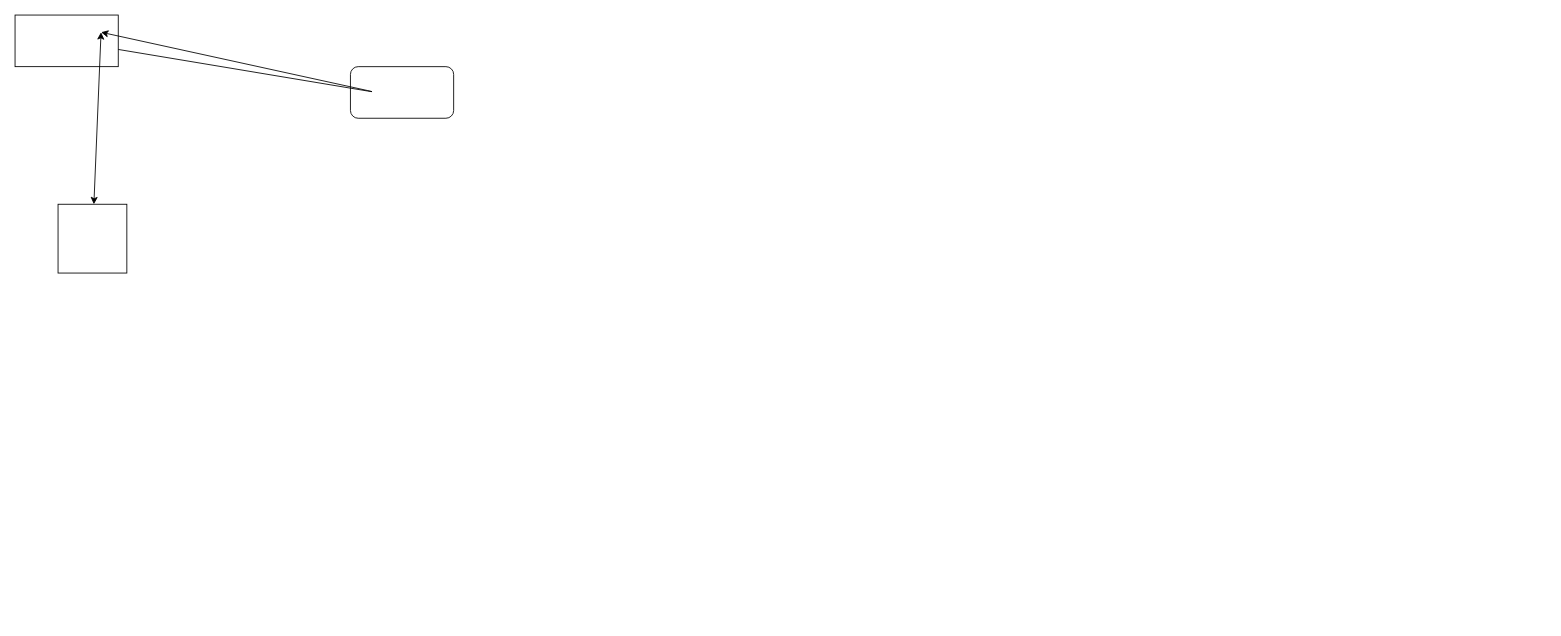
feng-chaoqing/hello-world keeps this draw.io diagram as 未命名表单.drawio. Above is the earlier version. Source tidied: cells renumbered, new cells numbered last; positions are measured from the earlier drawing's top-left corner, leaving out a move shared by most shapes. Both pictures are drawn from the tidied source at 86%, with x=0, y=0 at pixel (15, 15).
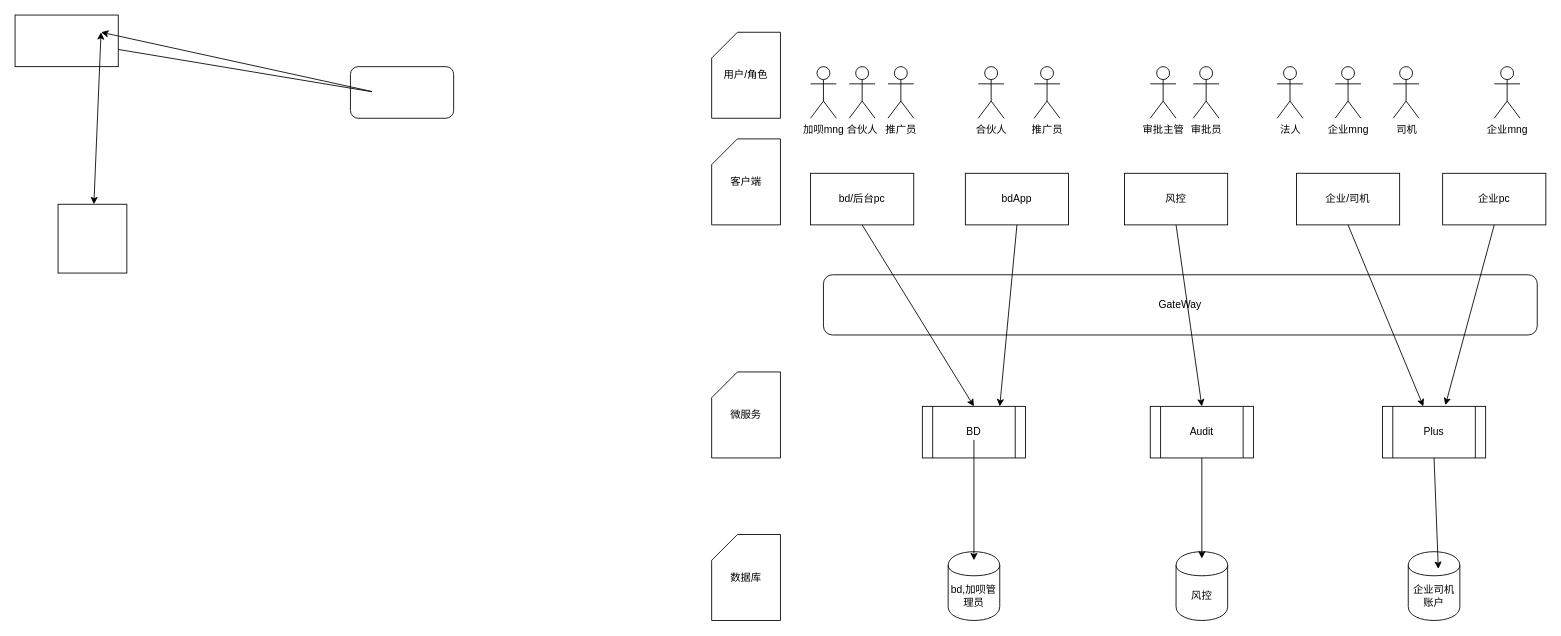
The same page after the edit.

Commit message:
加呗架构图.drawio

The edit, as a diff of the source:
```diff
@@
+    <mxCell id="7" value="企业/司机" style="rounded=0;whiteSpace=wrap;html=1;flipH=0;" parent="1" vertex="1">
+      <mxGeometry x="1490" y="184" width="120" height="60" as="geometry" />
+    </mxCell>
+    <mxCell id="8" value="风控" style="rounded=0;whiteSpace=wrap;html=1;flipH=0;" parent="1" vertex="1">
+      <mxGeometry x="1290" y="184" width="120" height="60" as="geometry" />
+    </mxCell>
+    <mxCell id="9" value="企业pc" style="rounded=0;whiteSpace=wrap;html=1;flipH=0;" parent="1" vertex="1">
+      <mxGeometry x="1660" y="184" width="120" height="60" as="geometry" />
+    </mxCell>
+    <mxCell id="10" value="bd/后台pc" style="rounded=0;whiteSpace=wrap;html=1;flipH=0;" parent="1" vertex="1">
+      <mxGeometry x="925" y="184" width="120" height="60" as="geometry" />
+    </mxCell>
+    <mxCell id="11" value="bdApp" style="rounded=0;whiteSpace=wrap;html=1;flipH=0;" parent="1" vertex="1">
+      <mxGeometry x="1105" y="184" width="120" height="60" as="geometry" />
+    </mxCell>
+    <mxCell id="12" value="GateWay" style="rounded=1;whiteSpace=wrap;html=1;" parent="1" vertex="1">
+      <mxGeometry x="940" y="302" width="830" height="70" as="geometry" />
+    </mxCell>
+    <mxCell id="13" value="BD" style="shape=process;whiteSpace=wrap;html=1;backgroundOutline=1;" parent="1" vertex="1">
+      <mxGeometry x="1055" y="455" width="120" height="60" as="geometry" />
+    </mxCell>
+    <mxCell id="14" value="Audit" style="shape=process;whiteSpace=wrap;html=1;backgroundOutline=1;" parent="1" vertex="1">
+      <mxGeometry x="1320" y="455" width="120" height="60" as="geometry" />
+    </mxCell>
+    <mxCell id="15" value="Plus" style="shape=process;whiteSpace=wrap;html=1;backgroundOutline=1;" parent="1" vertex="1">
+      <mxGeometry x="1590" y="455" width="120" height="60" as="geometry" />
+    </mxCell>
+    <mxCell id="16" value="bd,加呗管理员" style="shape=cylinder;whiteSpace=wrap;html=1;boundedLbl=1;backgroundOutline=1;" parent="1" vertex="1">
+      <mxGeometry x="1085" y="624" width="60" height="80" as="geometry" />
+    </mxCell>
+    <mxCell id="17" value="风控" style="shape=cylinder;whiteSpace=wrap;html=1;boundedLbl=1;backgroundOutline=1;" parent="1" vertex="1">
+      <mxGeometry x="1350" y="624" width="60" height="80" as="geometry" />
+    </mxCell>
+    <mxCell id="18" value="企业司机账户" style="shape=cylinder;whiteSpace=wrap;html=1;boundedLbl=1;backgroundOutline=1;" parent="1" vertex="1">
+      <mxGeometry x="1620" y="624" width="60" height="80" as="geometry" />
+    </mxCell>
+    <mxCell id="19" value="法人" style="shape=umlActor;verticalLabelPosition=bottom;labelBackgroundColor=#ffffff;verticalAlign=top;html=1;flipH=0;" parent="1" vertex="1">
+      <mxGeometry x="1467.5" y="60" width="30" height="60" as="geometry" />
+    </mxCell>
+    <mxCell id="20" value="企业mng" style="shape=umlActor;verticalLabelPosition=bottom;labelBackgroundColor=#ffffff;verticalAlign=top;html=1;flipH=0;" parent="1" vertex="1">
+      <mxGeometry x="1535" y="60" width="30" height="60" as="geometry" />
+    </mxCell>
+    <mxCell id="21" value="司机" style="shape=umlActor;verticalLabelPosition=bottom;labelBackgroundColor=#ffffff;verticalAlign=top;html=1;flipH=0;" parent="1" vertex="1">
+      <mxGeometry x="1602.5" y="60" width="30" height="60" as="geometry" />
+    </mxCell>
+    <mxCell id="22" value="审批主管" style="shape=umlActor;verticalLabelPosition=bottom;labelBackgroundColor=#ffffff;verticalAlign=top;html=1;flipH=0;" parent="1" vertex="1">
+      <mxGeometry x="1320" y="60" width="30" height="60" as="geometry" />
+    </mxCell>
+    <mxCell id="23" value="审批员" style="shape=umlActor;verticalLabelPosition=bottom;labelBackgroundColor=#ffffff;verticalAlign=top;html=1;flipH=0;" parent="1" vertex="1">
+      <mxGeometry x="1370" y="60" width="30" height="60" as="geometry" />
+    </mxCell>
+    <mxCell id="24" value="企业mng" style="shape=umlActor;verticalLabelPosition=bottom;labelBackgroundColor=#ffffff;verticalAlign=top;html=1;flipH=0;" parent="1" vertex="1">
+      <mxGeometry x="1720" y="60" width="30" height="60" as="geometry" />
+    </mxCell>
+    <mxCell id="25" value="合伙人" style="shape=umlActor;verticalLabelPosition=bottom;labelBackgroundColor=#ffffff;verticalAlign=top;html=1;flipH=0;" parent="1" vertex="1">
+      <mxGeometry x="970" y="60" width="30" height="60" as="geometry" />
+    </mxCell>
+    <mxCell id="26" value="推广员" style="shape=umlActor;verticalLabelPosition=bottom;labelBackgroundColor=#ffffff;verticalAlign=top;html=1;flipH=0;" parent="1" vertex="1">
+      <mxGeometry x="1015" y="60" width="30" height="60" as="geometry" />
+    </mxCell>
+    <mxCell id="27" value="加呗mng" style="shape=umlActor;verticalLabelPosition=bottom;labelBackgroundColor=#ffffff;verticalAlign=top;html=1;flipH=0;" parent="1" vertex="1">
+      <mxGeometry x="925" y="60" width="30" height="60" as="geometry" />
+    </mxCell>
+    <mxCell id="28" value="合伙人" style="shape=umlActor;verticalLabelPosition=bottom;labelBackgroundColor=#ffffff;verticalAlign=top;html=1;flipH=0;" parent="1" vertex="1">
+      <mxGeometry x="1120" y="60" width="30" height="60" as="geometry" />
+    </mxCell>
+    <mxCell id="29" value="推广员" style="shape=umlActor;verticalLabelPosition=bottom;labelBackgroundColor=#ffffff;verticalAlign=top;html=1;flipH=0;" parent="1" vertex="1">
+      <mxGeometry x="1185" y="60" width="30" height="60" as="geometry" />
+    </mxCell>
+    <mxCell id="30" style="endArrow=classic;html=1;exitX=0.5;exitY=1;exitDx=0;exitDy=0;" parent="1" edge="1" source="7" target="15">
+      <mxGeometry relative="1" as="geometry" />
+    </mxCell>
+    <mxCell id="31" style="endArrow=classic;html=1;exitX=0.5;exitY=1;exitDx=0;exitDy=0;entryX=0.61;entryY=-0.024;entryDx=0;entryDy=0;entryPerimeter=0;" parent="1" edge="1" source="9" target="15">
+      <mxGeometry relative="1" as="geometry" />
+    </mxCell>
+    <mxCell id="32" style="endArrow=classic;html=1;entryX=0.5;entryY=0;entryDx=0;entryDy=0;exitX=0.5;exitY=1;exitDx=0;exitDy=0;" parent="1" edge="1" source="8" target="14">
+      <mxGeometry relative="1" as="geometry" />
+    </mxCell>
+    <mxCell id="33" style="endArrow=classic;html=1;exitX=0.5;exitY=1;exitDx=0;exitDy=0;entryX=0.5;entryY=0;entryDx=0;entryDy=0;" parent="1" edge="1" source="10" target="13">
+      <mxGeometry relative="1" as="geometry" />
+    </mxCell>
+    <mxCell id="34" style="endArrow=classic;html=1;exitX=0.5;exitY=1;exitDx=0;exitDy=0;entryX=0.75;entryY=0;entryDx=0;entryDy=0;" parent="1" edge="1" source="11" target="13">
+      <mxGeometry relative="1" as="geometry" />
+    </mxCell>
+    <mxCell id="35" style="endArrow=classic;html=1;entryX=0.583;entryY=0.25;entryDx=0;entryDy=0;entryPerimeter=0;exitX=0.5;exitY=1;exitDx=0;exitDy=0;" parent="1" edge="1" source="15" target="18">
+      <mxGeometry relative="1" as="geometry" />
+    </mxCell>
+    <mxCell id="36" style="endArrow=classic;html=1;exitX=0.5;exitY=1;exitDx=0;exitDy=0;" parent="1" edge="1" source="14">
+      <mxGeometry relative="1" as="geometry">
+        <mxPoint x="1380" y="632" as="targetPoint" />
+      </mxGeometry>
+    </mxCell>
+    <mxCell id="37" style="endArrow=classic;html=1;" parent="1" edge="1">
+      <mxGeometry relative="1" as="geometry">
+        <mxPoint x="1115" y="494" as="sourcePoint" />
+        <mxPoint x="1115" y="634" as="targetPoint" />
+      </mxGeometry>
+    </mxCell>
+    <mxCell id="38" value="客户端" style="shape=card;whiteSpace=wrap;html=1;flipH=0;" parent="1" vertex="1">
+      <mxGeometry x="810" y="144" width="80" height="100" as="geometry" />
+    </mxCell>
+    <mxCell id="39" value="微服务" style="shape=card;whiteSpace=wrap;html=1;" parent="1" vertex="1">
+      <mxGeometry x="810" y="415" width="80" height="100" as="geometry" />
+    </mxCell>
+    <mxCell id="40" value="数据库" style="shape=card;whiteSpace=wrap;html=1;" parent="1" vertex="1">
+      <mxGeometry x="810" y="604" width="80" height="100" as="geometry" />
+    </mxCell>
+    <mxCell id="41" value="用户/角色" style="shape=card;whiteSpace=wrap;html=1;flipH=0;" parent="1" vertex="1">
+      <mxGeometry x="810" y="20" width="80" height="100" as="geometry" />
+    </mxCell>
```
